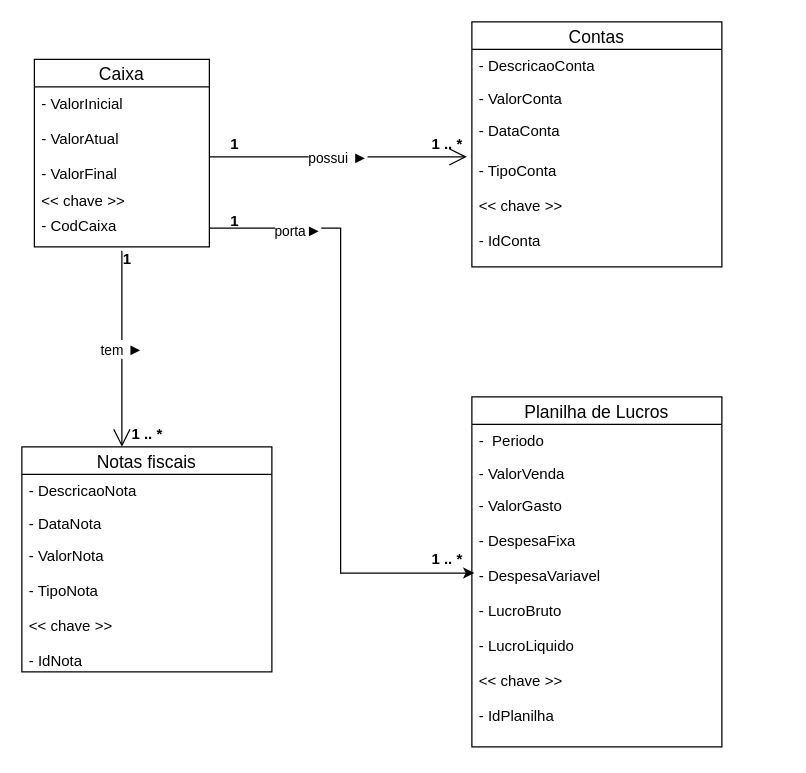
Earlier version of the draw.io diagram docs/ARTEFATOS(15-23)/Controlar_Fluxo_De_Caixa/Modelo_Conceitual_Controlar_Fluxo_De_Caixa.drawio (Darienzo08/ope_ads). Source tidied: cells renumbered, new cells numbered last; positions are measured from the earlier drawing's top-left corner, leaving out a move shared by most shapes. Both pictures are drawn from the tidied source at 125%, with x=0, y=0 at pixel (21, 21).
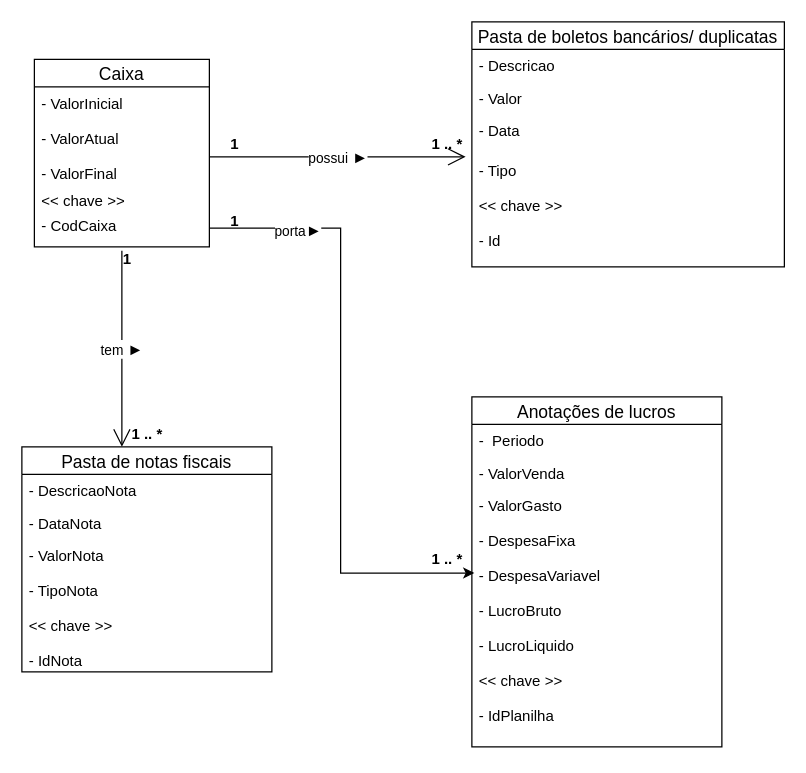
The same page after the edit.

Diff of the diagram source:
```diff
@@
-    <mxCell id="2" value="Notas fiscais" style="swimlane;fontStyle=0;horizontal=1;startSize=22;align=center;fontSize=14;" parent="1" vertex="1">
+    <mxCell id="2" value="Pasta de notas fiscais" style="swimlane;fontStyle=0;horizontal=1;startSize=22;align=center;fontSize=14;" parent="1" vertex="1">
       <mxGeometry y="340" width="200" height="180" as="geometry" />
     </mxCell>
@@
-    <mxCell id="6" value="Contas" style="swimlane;fontStyle=0;horizontal=1;startSize=22;align=center;fontSize=14;" parent="1" vertex="1">
-      <mxGeometry x="360" width="200" height="196" as="geometry" />
+    <mxCell id="6" value="Pasta de boletos bancários/ duplicatas" style="swimlane;fontStyle=0;horizontal=1;startSize=22;align=center;fontSize=14;" parent="1" vertex="1">
+      <mxGeometry x="360" width="250" height="196" as="geometry" />
     </mxCell>
-    <mxCell id="7" value="- DescricaoConta" style="text;strokeColor=none;fillColor=none;spacingLeft=4;spacingRight=4;overflow=hidden;fontSize=12;" parent="6" vertex="1">
-      <mxGeometry y="22" width="200" height="26" as="geometry" />
+    <mxCell id="7" value="- Descricao" style="text;strokeColor=none;fillColor=none;spacingLeft=4;spacingRight=4;overflow=hidden;fontSize=12;" parent="6" vertex="1">
+      <mxGeometry y="22" width="250" height="26" as="geometry" />
     </mxCell>
-    <mxCell id="8" value="- ValorConta" style="text;strokeColor=none;fillColor=none;spacingLeft=4;spacingRight=4;overflow=hidden;fontSize=12;" parent="6" vertex="1">
-      <mxGeometry y="48" width="200" height="26" as="geometry" />
+    <mxCell id="8" value="- Valor" style="text;strokeColor=none;fillColor=none;spacingLeft=4;spacingRight=4;overflow=hidden;fontSize=12;" parent="6" vertex="1">
+      <mxGeometry y="48" width="250" height="26" as="geometry" />
     </mxCell>
-    <mxCell id="9" value="- DataConta" style="text;strokeColor=none;fillColor=none;spacingLeft=4;spacingRight=4;overflow=hidden;fontSize=12;" parent="6" vertex="1">
-      <mxGeometry y="74" width="200" height="32" as="geometry" />
+    <mxCell id="9" value="- Data" style="text;strokeColor=none;fillColor=none;spacingLeft=4;spacingRight=4;overflow=hidden;fontSize=12;" parent="6" vertex="1">
+      <mxGeometry y="74" width="250" height="32" as="geometry" />
     </mxCell>
-    <mxCell id="10" value="- TipoConta&#10;&#10;&lt;&lt; chave &gt;&gt;&#10;&#10;- IdConta" style="text;strokeColor=none;fillColor=none;spacingLeft=4;spacingRight=4;overflow=hidden;points=[[0,0.5],[1,0.5]];portConstraint=eastwest;fontSize=12;" parent="6" vertex="1">
-      <mxGeometry y="106" width="200" height="90" as="geometry" />
+    <mxCell id="10" value="- Tipo&#10;&#10;&lt;&lt; chave &gt;&gt;&#10;&#10;- Id" style="text;strokeColor=none;fillColor=none;spacingLeft=4;spacingRight=4;overflow=hidden;points=[[0,0.5],[1,0.5]];portConstraint=eastwest;fontSize=12;" parent="6" vertex="1">
+      <mxGeometry y="106" width="250" height="90" as="geometry" />
     </mxCell>
@@
-    <mxCell id="21" value="Planilha de Lucros" style="swimlane;fontStyle=0;horizontal=1;startSize=22;align=center;fontSize=14;" parent="1" vertex="1">
+    <mxCell id="21" value="Anotações de lucros" style="swimlane;fontStyle=0;horizontal=1;startSize=22;align=center;fontSize=14;" parent="1" vertex="1">
       <mxGeometry x="360" y="300" width="200" height="280" as="geometry" />
     </mxCell>
```
